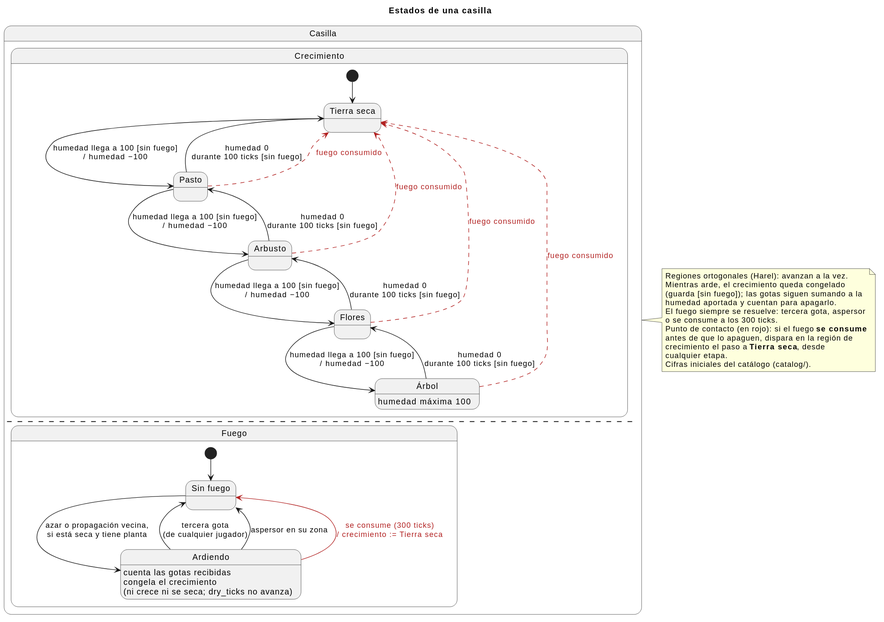
Before: docs/diagrams/05-estados-casilla.svg, a diagram exported from PlantUML (iadev2005/hydrovalley).
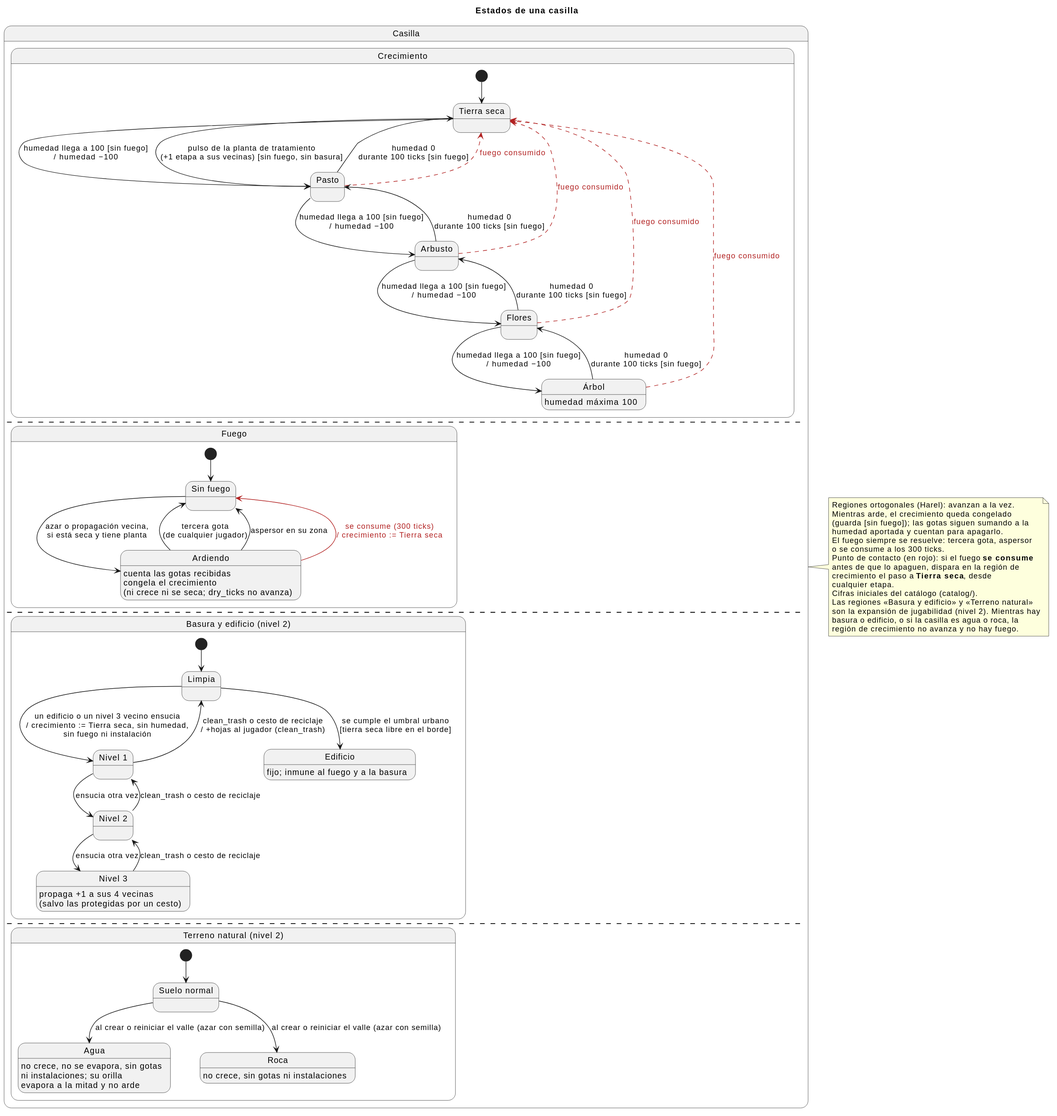
After the change.

Commit message:
docs(diagrams): regenerate the SVGs of diagrams 05 and 06

Change to the diagram source:
```diff
@@ -19,6 +19,7 @@
     Flores --> Arbusto : humedad 0\ndurante 100 ticks [sin fuego]
     Arbusto --> Pasto : humedad 0\ndurante 100 ticks [sin fuego]
     Pasto --> Seca : humedad 0\ndurante 100 ticks [sin fuego]
+    Seca --> Pasto : pulso de la planta de tratamiento\n(+1 etapa a sus vecinas) [sin fuego, sin basura]
     Pasto -[#B22222,dashed]-> Seca : <color:#B22222>fuego consumido</color>
     Arbusto -[#B22222,dashed]-> Seca : <color:#B22222>fuego consumido</color>
     Flores -[#B22222,dashed]-> Seca : <color:#B22222>fuego consumido</color>
@@ -37,6 +38,37 @@
     Ardiendo --> SinFuego : aspersor en su zona
     Ardiendo -[#B22222]-> SinFuego : <color:#B22222>se consume (300 ticks)</color>\n<color:#B22222>/ crecimiento := Tierra seca</color>
   }
+  --
+  state "Basura y edificio (nivel 2)" as Urbano {
+    state "Limpia" as Limpia
+    state "Nivel 1" as T1
+    state "Nivel 2" as T2
+    state "Nivel 3" as T3
+    state "Edificio" as Edificio
+    Edificio : fijo; inmune al fuego y a la basura
+    T3 : propaga +1 a sus 4 vecinas\n(salvo las protegidas por un cesto)
+
+    [*] --> Limpia
+    Limpia --> Edificio : se cumple el umbral urbano\n[tierra seca libre en el borde]
+    Limpia --> T1 : un edificio o un nivel 3 vecino ensucia\n/ crecimiento := Tierra seca, sin humedad,\nsin fuego ni instalación
+    T1 --> T2 : ensucia otra vez
+    T2 --> T3 : ensucia otra vez
+    T3 --> T2 : clean_trash o cesto de reciclaje
+    T2 --> T1 : clean_trash o cesto de reciclaje
+    T1 --> Limpia : clean_trash o cesto de reciclaje\n/ +hojas al jugador (clean_trash)
+  }
+  --
+  state "Terreno natural (nivel 2)" as Natural {
+    state "Suelo normal" as Normal
+    state "Agua" as Agua
+    state "Roca" as Roca
+    Agua : no crece, no se evapora, sin gotas\nni instalaciones; su orilla\nevapora a la mitad y no arde
+    Roca : no crece, sin gotas ni instalaciones
+
+    [*] --> Normal
+    Normal --> Agua : al crear o reiniciar el valle (azar con semilla)
+    Normal --> Roca : al crear o reiniciar el valle (azar con semilla)
+  }
 }
 
 note right of Casilla
@@ -51,5 +83,9 @@
   crecimiento el paso a <b>Tierra seca</b>, desde
   cualquier etapa.
   Cifras iniciales del catálogo (catalog/).
+  Las regiones «Basura y edificio» y «Terreno natural»
+  son la expansión de jugabilidad (nivel 2). Mientras hay
+  basura o edificio, o si la casilla es agua o roca, la
+  región de crecimiento no avanza y no hay fuego.
 end note
 @enduml
```
